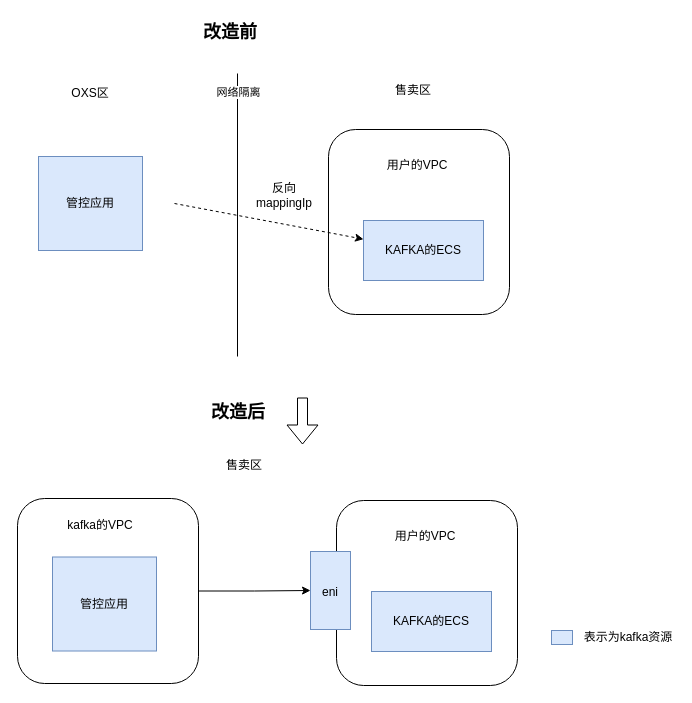
Before: page "第 6 页" (6 of 8) of controller.drawio in jameslcj/myBlog, a draw.io diagram. Source tidied: cells renumbered, new cells numbered last; positions are measured from the earlier drawing's top-left corner, leaving out a move shared by most shapes. Both pictures are drawn from the tidied source at 100%, with x=0, y=0 at pixel (17, 17).
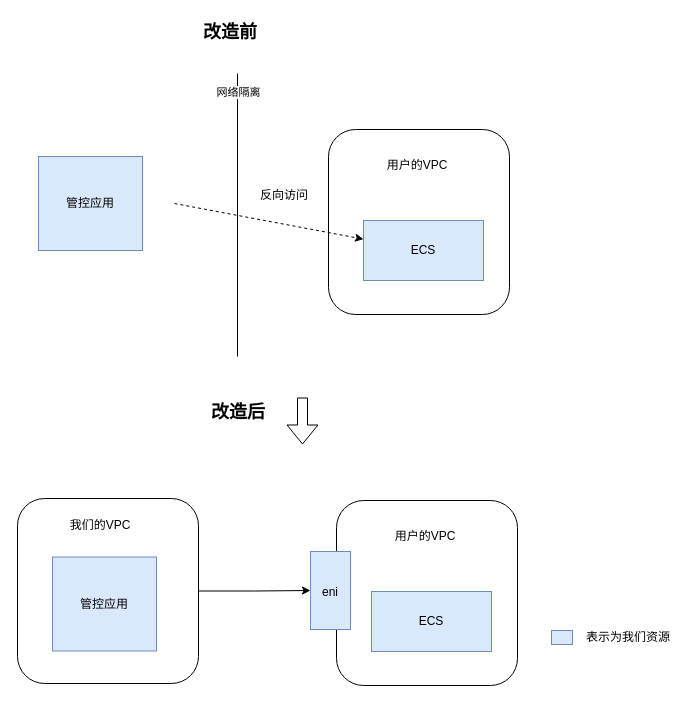
After the change.

What changed in the source:
```diff
@@
-    <mxCell id="5" value="KAFKA的ECS" style="rounded=0;whiteSpace=wrap;html=1;fillColor=#dae8fc;strokeColor=#6c8ebf;" parent="1" vertex="1">
+    <mxCell id="5" value="ECS" style="rounded=0;whiteSpace=wrap;html=1;fillColor=#dae8fc;strokeColor=#6c8ebf;" parent="1" vertex="1">
       <mxGeometry x="346" y="203" width="120" height="60" as="geometry" />
     </mxCell>
@@
-    <mxCell id="7" value="售卖区" style="text;html=1;strokeColor=none;fillColor=none;align=center;verticalAlign=middle;whiteSpace=wrap;rounded=0;" parent="1" vertex="1">
-      <mxGeometry x="366" y="58" width="60" height="30" as="geometry" />
-    </mxCell>
-    <mxCell id="8" value="OXS区" style="text;html=1;strokeColor=none;fillColor=none;align=center;verticalAlign=middle;whiteSpace=wrap;rounded=0;" parent="1" vertex="1">
-      <mxGeometry x="43" y="61" width="60" height="30" as="geometry" />
-    </mxCell>
@@
-    <mxCell id="13" value="反向mappingIp" style="text;html=1;strokeColor=none;fillColor=none;align=center;verticalAlign=middle;whiteSpace=wrap;rounded=0;" parent="1" vertex="1">
+    <mxCell id="13" value="反向访问" style="text;html=1;strokeColor=none;fillColor=none;align=center;verticalAlign=middle;whiteSpace=wrap;rounded=0;" parent="1" vertex="1">
       <mxGeometry x="237" y="163" width="60" height="30" as="geometry" />
     </mxCell>
@@
-    <mxCell id="16" value="KAFKA的ECS" style="rounded=0;whiteSpace=wrap;html=1;fillColor=#dae8fc;strokeColor=#6c8ebf;" parent="1" vertex="1">
+    <mxCell id="16" value="ECS" style="rounded=0;whiteSpace=wrap;html=1;fillColor=#dae8fc;strokeColor=#6c8ebf;" parent="1" vertex="1">
       <mxGeometry x="354" y="574" width="120" height="60" as="geometry" />
     </mxCell>
@@
-    <mxCell id="18" value="售卖区" style="text;html=1;strokeColor=none;fillColor=none;align=center;verticalAlign=middle;whiteSpace=wrap;rounded=0;" parent="1" vertex="1">
-      <mxGeometry x="197" y="433" width="60" height="30" as="geometry" />
-    </mxCell>
@@
-    <mxCell id="23" value="kafka的VPC" style="text;html=1;strokeColor=none;fillColor=none;align=center;verticalAlign=middle;whiteSpace=wrap;rounded=0;" parent="1" vertex="1">
+    <mxCell id="23" value="我们的VPC" style="text;html=1;strokeColor=none;fillColor=none;align=center;verticalAlign=middle;whiteSpace=wrap;rounded=0;" parent="1" vertex="1">
       <mxGeometry x="49" y="493" width="68" height="30" as="geometry" />
     </mxCell>
@@
-    <mxCell id="25" value="表示为kafka资源" style="text;html=1;strokeColor=none;fillColor=none;align=center;verticalAlign=middle;whiteSpace=wrap;rounded=0;fontSize=12;" parent="1" vertex="1">
+    <mxCell id="25" value="表示为我们资源" style="text;html=1;strokeColor=none;fillColor=none;align=center;verticalAlign=middle;whiteSpace=wrap;rounded=0;fontSize=12;" parent="1" vertex="1">
       <mxGeometry x="565" y="607" width="92" height="26" as="geometry" />
     </mxCell>
```
